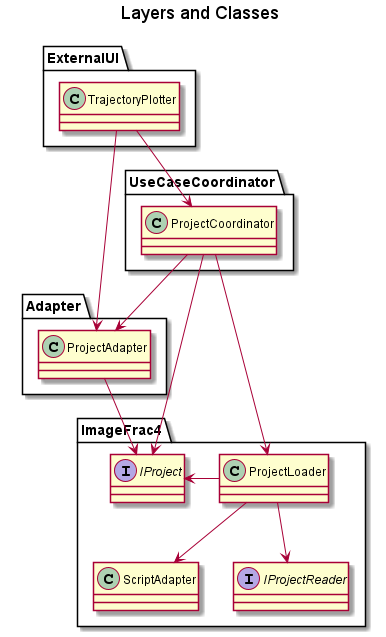
Reveal-Energy-Services/orchid-python-api keeps this PlantUML diagram as docs_dev/layer-classes.png. Above is the earlier version.
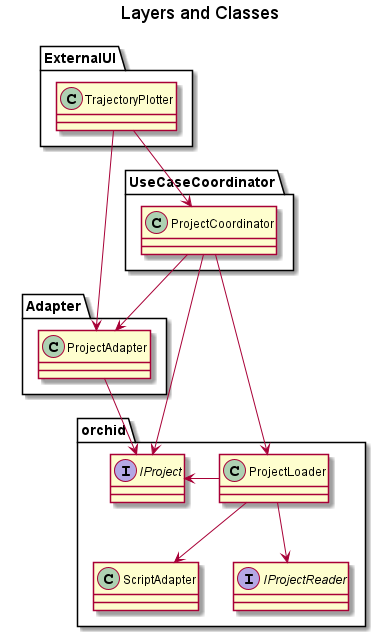
Later version of the same file.

Change to the diagram source:
```diff
@@ -13,7 +13,7 @@
     class ProjectCoordinator
 }
 
-package ImageFrac4 {
+package orchid {
     class ProjectLoader
     class ScriptAdapter
     interface IProjectReader
```
